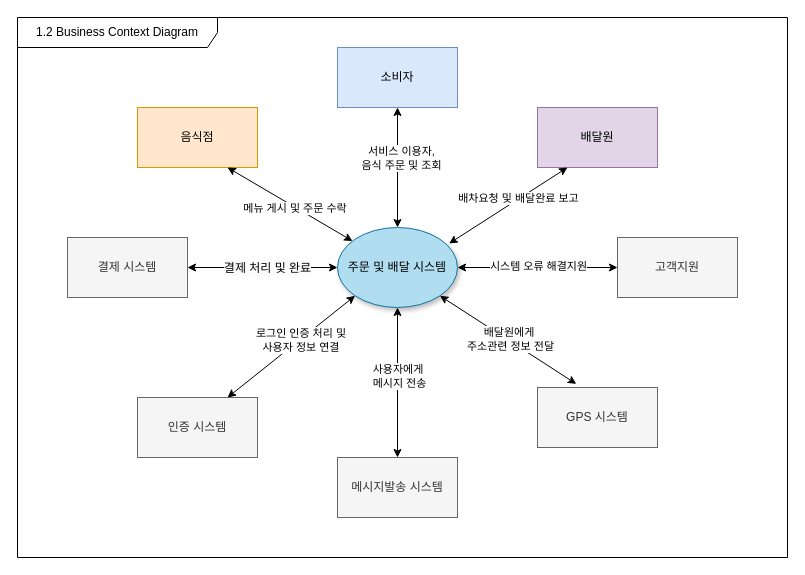
hyun10144/Lecture3-1 keeps this draw.io diagram as page "페이지-2" (2 of 3) of 소웨공 기말.drawio. Above is the earlier version. Source tidied: cells renumbered, new cells numbered last; positions are measured from the earlier drawing's top-left corner, leaving out a move shared by most shapes. Both pictures are drawn from the tidied source at 100%, with x=0, y=0 at pixel (17, 17).
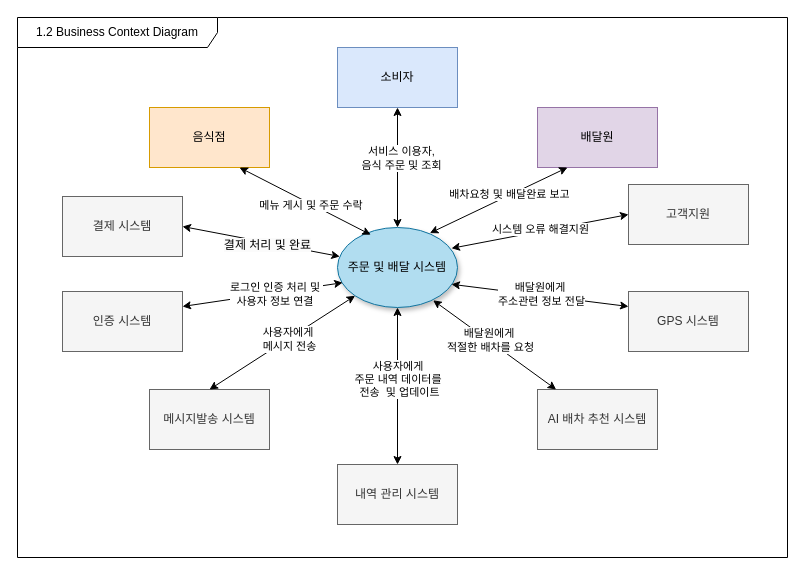
The same page after the edit.

Commit message (it also covers changes not shown here):
소웨공 기말.drawio 업데이트

Unchanged cells that the change refers to:
```xml
<mxCell id="2" value="1.2 Business Context Diagram" style="shape=umlFrame;whiteSpace=wrap;html=1;width=200;height=30;" parent="1" vertex="1">
  <mxGeometry width="770" height="540" as="geometry" />
</mxCell>
<mxCell id="5" value="배달원" style="rounded=0;whiteSpace=wrap;html=1;fillColor=#e1d5e7;strokeColor=#9673a6;" parent="2" vertex="1">
  <mxGeometry x="520" y="90" width="120" height="60" as="geometry" />
</mxCell>
<mxCell id="10" value="주문 및 배달 시스템" style="ellipse;whiteSpace=wrap;html=1;strokeWidth=1;shadow=1;fillColor=#b1ddf0;strokeColor=#10739e;" parent="2" vertex="1">
  <mxGeometry x="320" y="210" width="120" height="80" as="geometry" />
</mxCell>
```

The edit, as a diff of the source:
```diff
@@
     <mxCell id="4" value="음식점" style="rounded=0;whiteSpace=wrap;html=1;fillColor=#ffe6cc;strokeColor=#d79b00;" parent="2" vertex="1">
-      <mxGeometry x="120" y="90" width="120" height="60" as="geometry" />
+      <mxGeometry x="132" y="90" width="120" height="60" as="geometry" />
     </mxCell>
@@
     <mxCell id="6" value="고객지원" style="rounded=0;whiteSpace=wrap;html=1;fillColor=#f5f5f5;fontColor=#333333;strokeColor=#666666;" parent="2" vertex="1">
-      <mxGeometry x="600" y="220" width="120" height="60" as="geometry" />
+      <mxGeometry x="611" y="167" width="120" height="60" as="geometry" />
     </mxCell>
     <mxCell id="7" value="GPS 시스템" style="rounded=0;whiteSpace=wrap;html=1;fillColor=#f5f5f5;fontColor=#333333;strokeColor=#666666;" parent="2" vertex="1">
-      <mxGeometry x="520" y="370" width="120" height="60" as="geometry" />
+      <mxGeometry x="611" y="274" width="120" height="60" as="geometry" />
     </mxCell>
     <mxCell id="8" value="결제 시스템" style="rounded=0;whiteSpace=wrap;html=1;fillColor=#f5f5f5;fontColor=#333333;strokeColor=#666666;" parent="2" vertex="1">
-      <mxGeometry x="50" y="220" width="120" height="60" as="geometry" />
+      <mxGeometry x="45" y="179" width="120" height="60" as="geometry" />
     </mxCell>
     <mxCell id="9" value="인증 시스템" style="rounded=0;whiteSpace=wrap;html=1;fillColor=#f5f5f5;fontColor=#333333;strokeColor=#666666;" parent="2" vertex="1">
-      <mxGeometry x="120" y="380" width="120" height="60" as="geometry" />
+      <mxGeometry x="45" y="274" width="120" height="60" as="geometry" />
     </mxCell>
@@
-    <mxCell id="11" style="endArrow=classic;startArrow=classic;html=1;rounded=0;entryX=0.25;entryY=1;entryDx=0;entryDy=0;exitX=0.93;exitY=0.2;exitDx=0;exitDy=0;exitPerimeter=0;" parent="2" edge="1" source="10" target="5">
+    <mxCell id="11" style="endArrow=classic;startArrow=classic;html=1;rounded=0;entryX=0.25;entryY=1;entryDx=0;entryDy=0;exitX=0.77;exitY=0.07;exitDx=0;exitDy=0;exitPerimeter=0;" parent="2" edge="1" source="10" target="5">
       <mxGeometry relative="1" as="geometry" />
     </mxCell>
@@
-    <mxCell id="15" style="endArrow=classic;startArrow=classic;html=1;rounded=0;entryX=0.75;entryY=1;entryDx=0;entryDy=0;" parent="2" edge="1" source="10" target="4">
+    <mxCell id="15" style="endArrow=classic;startArrow=classic;html=1;rounded=0;entryX=0.75;entryY=1;entryDx=0;entryDy=0;exitX=0.277;exitY=0.09;exitDx=0;exitDy=0;exitPerimeter=0;" parent="2" edge="1" source="10" target="4">
       <mxGeometry relative="1" as="geometry" />
     </mxCell>
@@
-    <mxCell id="17" style="endArrow=classic;startArrow=classic;html=1;rounded=0;entryX=1;entryY=0.5;entryDx=0;entryDy=0;exitX=0;exitY=0.5;exitDx=0;exitDy=0;" parent="2" edge="1" source="10" target="8">
+    <mxCell id="17" style="endArrow=classic;startArrow=classic;html=1;rounded=0;entryX=1;entryY=0.5;entryDx=0;entryDy=0;" parent="2" edge="1" source="10" target="8">
       <mxGeometry relative="1" as="geometry" />
     </mxCell>
@@
-    <mxCell id="19" style="endArrow=classic;startArrow=classic;html=1;rounded=0;entryX=1;entryY=0.5;entryDx=0;entryDy=0;exitX=0;exitY=0.5;exitDx=0;exitDy=0;" parent="2" edge="1" source="6" target="10">
+    <mxCell id="19" style="endArrow=classic;startArrow=classic;html=1;rounded=0;entryX=0.95;entryY=0.26;entryDx=0;entryDy=0;exitX=0;exitY=0.5;exitDx=0;exitDy=0;entryPerimeter=0;" parent="2" edge="1" source="6" target="10">
       <mxGeometry relative="1" as="geometry" />
     </mxCell>
@@
-    <mxCell id="21" style="endArrow=classic;startArrow=classic;html=1;rounded=0;entryX=0.75;entryY=0;entryDx=0;entryDy=0;exitX=0;exitY=1;exitDx=0;exitDy=0;" parent="2" edge="1" source="10" target="9">
+    <mxCell id="21" style="endArrow=classic;startArrow=classic;html=1;rounded=0;entryX=1;entryY=0.25;entryDx=0;entryDy=0;exitX=0.043;exitY=0.69;exitDx=0;exitDy=0;exitPerimeter=0;" parent="2" edge="1" source="10" target="9">
       <mxGeometry relative="1" as="geometry" />
     </mxCell>
@@
-    <mxCell id="23" style="endArrow=classic;startArrow=classic;html=1;rounded=0;entryX=1;entryY=1;entryDx=0;entryDy=0;exitX=0.323;exitY=-0.06;exitDx=0;exitDy=0;exitPerimeter=0;" parent="2" edge="1" source="7" target="10">
+    <mxCell id="23" style="endArrow=classic;startArrow=classic;html=1;rounded=0;entryX=0.95;entryY=0.71;entryDx=0;entryDy=0;exitX=0;exitY=0.25;exitDx=0;exitDy=0;entryPerimeter=0;" parent="2" edge="1" source="7" target="10">
       <mxGeometry relative="1" as="geometry" />
     </mxCell>
@@
     <mxCell id="25" value="메시지발송 시스템" style="rounded=0;whiteSpace=wrap;html=1;fillColor=#f5f5f5;fontColor=#333333;strokeColor=#666666;" parent="2" vertex="1">
-      <mxGeometry x="320" y="440" width="120" height="60" as="geometry" />
+      <mxGeometry x="132" y="372" width="120" height="60" as="geometry" />
     </mxCell>
-    <mxCell id="26" style="endArrow=classic;startArrow=classic;html=1;rounded=0;entryX=0.5;entryY=1;entryDx=0;entryDy=0;exitX=0.5;exitY=0;exitDx=0;exitDy=0;" parent="2" edge="1" source="25" target="10">
+    <mxCell id="26" style="endArrow=classic;startArrow=classic;html=1;rounded=0;exitX=0.5;exitY=0;exitDx=0;exitDy=0;entryX=0;entryY=1;entryDx=0;entryDy=0;" parent="2" edge="1" source="25" target="10">
       <mxGeometry relative="1" as="geometry" />
     </mxCell>
@@
+    <mxCell id="28" value="내역 관리 시스템" style="rounded=0;whiteSpace=wrap;html=1;fillColor=#f5f5f5;fontColor=#333333;strokeColor=#666666;" parent="2" vertex="1">
+      <mxGeometry x="320" y="447" width="120" height="60" as="geometry" />
+    </mxCell>
+    <mxCell id="29" style="endArrow=classic;startArrow=classic;html=1;rounded=0;entryX=0.5;entryY=1;entryDx=0;entryDy=0;" parent="2" edge="1" source="28" target="10">
+      <mxGeometry relative="1" as="geometry" />
+    </mxCell>
+    <mxCell id="30" value="사용자에게&amp;nbsp;&lt;div&gt;주문 내역 데이터를&amp;nbsp;&lt;/div&gt;&lt;div&gt;전송&amp;nbsp; 및 업데이트&lt;/div&gt;" style="edgeLabel;html=1;align=center;verticalAlign=middle;" parent="29" vertex="1">
+      <mxGeometry x="0.09" y="-1" relative="1" as="geometry" />
+    </mxCell>
+    <mxCell id="31" value="AI 배차 추천 시스템" style="rounded=0;whiteSpace=wrap;html=1;fillColor=#f5f5f5;fontColor=#333333;strokeColor=#666666;" parent="2" vertex="1">
+      <mxGeometry x="520" y="372" width="120" height="60" as="geometry" />
+    </mxCell>
+    <mxCell id="32" style="endArrow=classic;startArrow=classic;html=1;rounded=0;entryX=0.797;entryY=0.91;entryDx=0;entryDy=0;entryPerimeter=0;" parent="2" edge="1" source="31" target="10">
+      <mxGeometry relative="1" as="geometry" />
+    </mxCell>
+    <mxCell id="33" value="배달원에게&amp;nbsp;&lt;div&gt;적절한 배차를 요청&lt;/div&gt;" style="edgeLabel;html=1;align=center;verticalAlign=middle;" parent="32" vertex="1">
+      <mxGeometry x="0.09" y="-1" relative="1" as="geometry" />
+    </mxCell>
```
